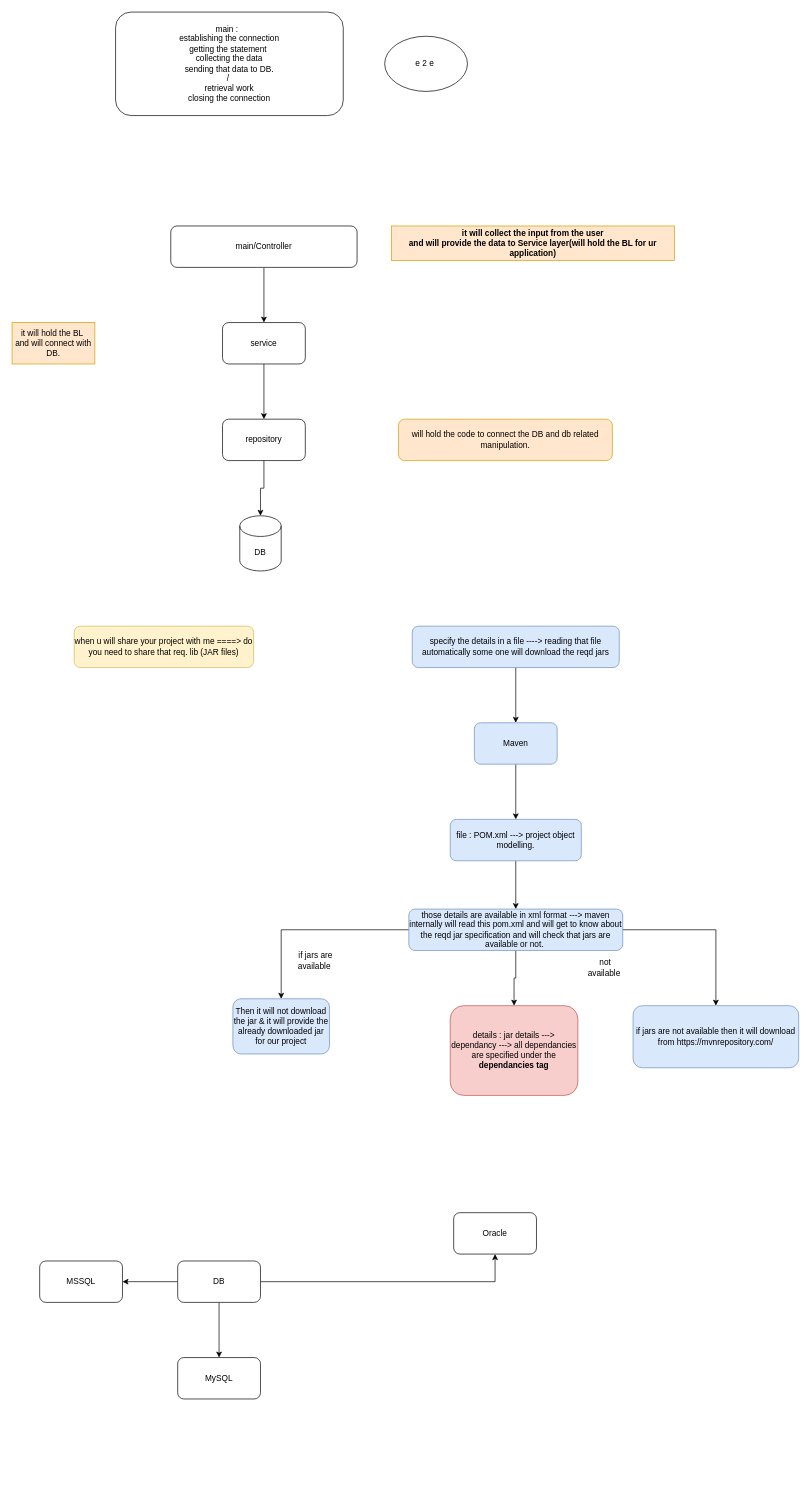
Above: page "Page-1" (1 of 2) of Untitled Diagram.drawio in abhinandanchivate/cogentBatch61 (draw.io), before the change. Source tidied: cells renumbered, new cells numbered last; positions are measured from the earlier drawing's top-left corner, leaving out a move shared by most shapes. Both pictures are drawn from the tidied source at 69%, with x=0, y=0 at pixel (12, 12).
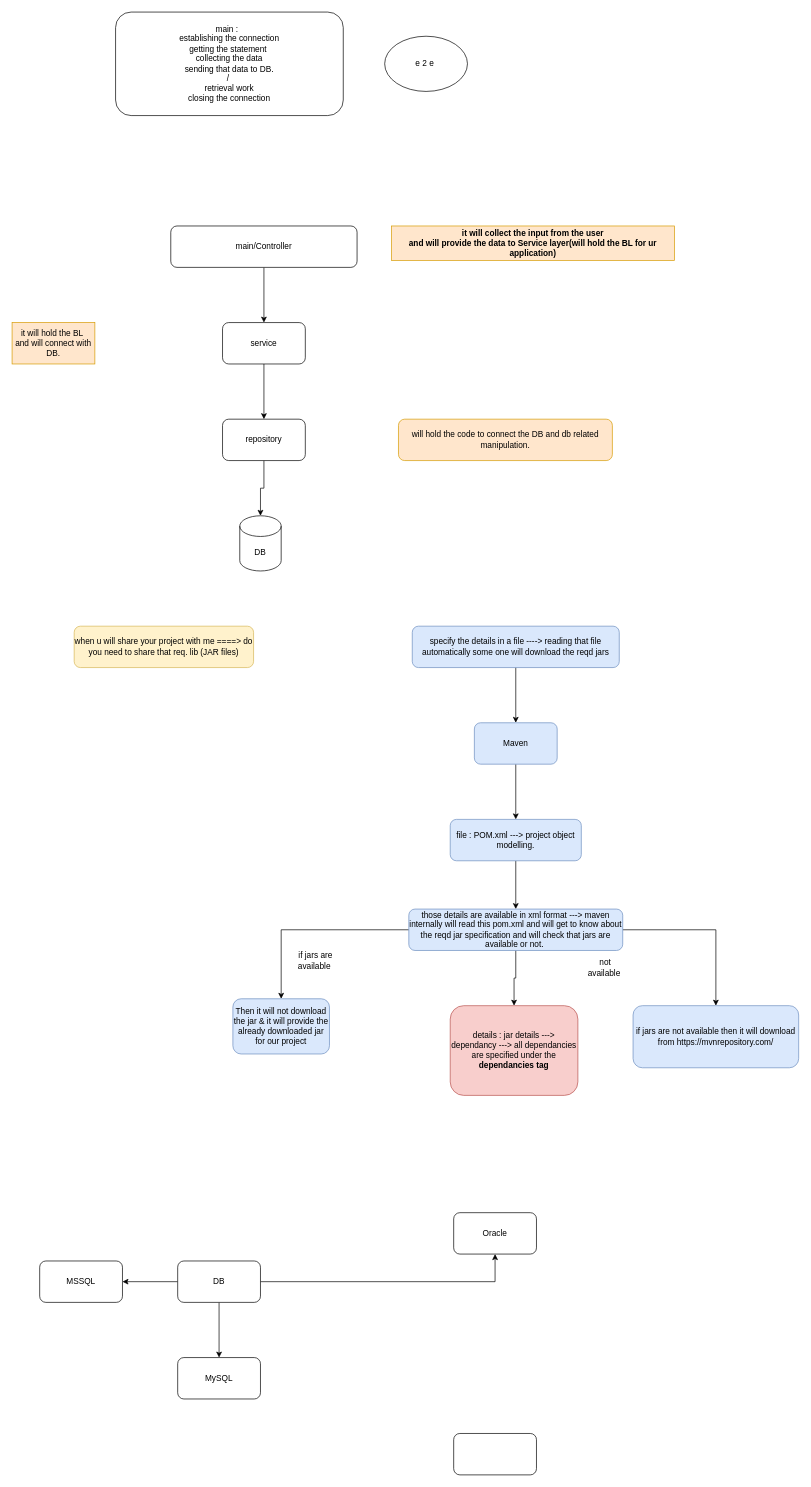
The same diagram, later.

The edit, as a diff of the source:
```diff
@@
+    <mxCell id="37" style="rounded=1;whiteSpace=wrap;html=1;" parent="1" vertex="1">
+      <mxGeometry x="640" y="2060" width="120" height="60" as="geometry" />
+    </mxCell>
```
